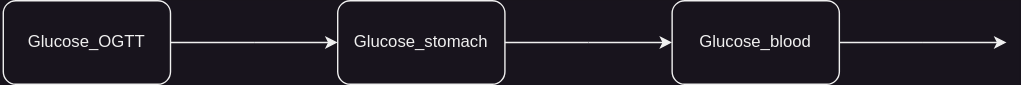
Earlier version of the draw.io export assets/simple_model.svg (willov/modelling_example). Source tidied: cells renumbered, new cells last; positions are measured from the earlier drawing's top-left corner, leaving out a move shared by most shapes.
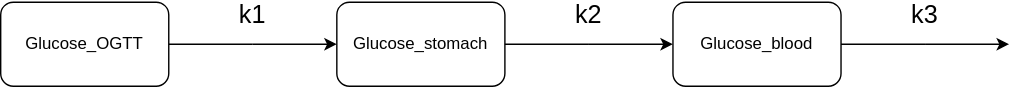
The same file after the commit.

The edit, as a diff of the source:
```diff
@@ -12,7 +12,7 @@
         <mxPoint x="120" y="30" as="sourcePoint" />
       </mxGeometry>
     </mxCell>
-    <mxCell id="4" style="shape=waypoint;sketch=0;fillStyle=solid;size=6;points=[];fillColor=none;perimeter=centerPerimeter;snapToPoint=1;strokeColor=none;" parent="1" vertex="1">
+    <mxCell id="4" value="k1" style="shape=waypoint;sketch=0;fillStyle=solid;size=6;points=[];fillColor=none;perimeter=centerPerimeter;snapToPoint=1;strokeColor=none;verticalAlign=bottom;labelPosition=center;verticalLabelPosition=top;align=center;fontSize=18;" parent="1" vertex="1">
       <mxGeometry x="170" y="20" width="20" height="20" as="geometry" />
     </mxCell>
     <mxCell id="5" value="Glucose_OGTT" style="rounded=1;whiteSpace=wrap;html=1;" parent="1" vertex="1">
@@ -31,7 +31,7 @@
         <mxPoint x="600" y="30" as="sourcePoint" />
       </mxGeometry>
     </mxCell>
-    <mxCell id="9" style="shape=waypoint;sketch=0;fillStyle=solid;size=6;points=[];fillColor=none;perimeter=centerPerimeter;snapToPoint=1;strokeColor=none;" parent="1" vertex="1">
+    <mxCell id="9" value="k3" style="shape=waypoint;sketch=0;fillStyle=solid;size=6;points=[];fillColor=none;perimeter=centerPerimeter;snapToPoint=1;strokeColor=none;fontSize=18;labelPosition=center;verticalLabelPosition=top;align=center;verticalAlign=bottom;" parent="1" vertex="1">
       <mxGeometry x="650" y="20" width="20" height="20" as="geometry" />
     </mxCell>
     <mxCell id="10" value="Glucose_stomach" style="rounded=1;whiteSpace=wrap;html=1;" parent="1" vertex="1">
@@ -47,7 +47,7 @@
         <mxPoint x="360" y="30" as="sourcePoint" />
       </mxGeometry>
     </mxCell>
-    <mxCell id="13" style="shape=waypoint;sketch=0;fillStyle=solid;size=6;points=[];fillColor=none;perimeter=centerPerimeter;snapToPoint=1;strokeColor=none;" parent="1" vertex="1">
+    <mxCell id="13" value="k2" style="shape=waypoint;sketch=0;fillStyle=solid;size=6;points=[];fillColor=none;perimeter=centerPerimeter;snapToPoint=1;strokeColor=none;fontSize=18;labelPosition=center;verticalLabelPosition=top;align=center;verticalAlign=bottom;" parent="1" vertex="1">
       <mxGeometry x="410" y="20" width="20" height="20" as="geometry" />
     </mxCell>
   </root>
```
